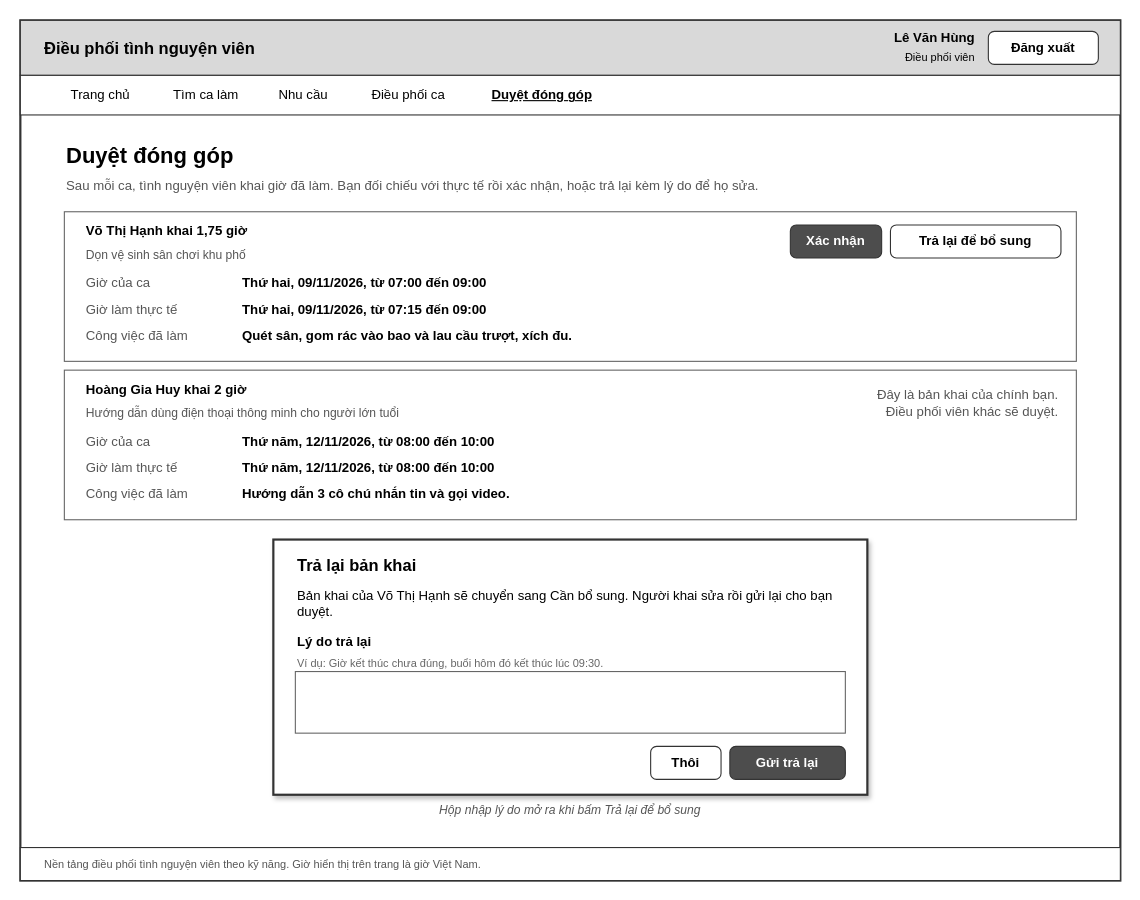
Earlier version of the draw.io diagram docs/giao_dien/drawio/M11_Duyet_dong_gop.drawio (kanishere55/OOSD_NenTangDieuPhoi_TNV). Source tidied: cells renumbered, new cells numbered last; positions are measured from the earlier drawing's top-left corner, leaving out a move shared by most shapes. Both pictures are drawn from the tidied source at 110%, with x=0, y=0 at pixel (20, 20).
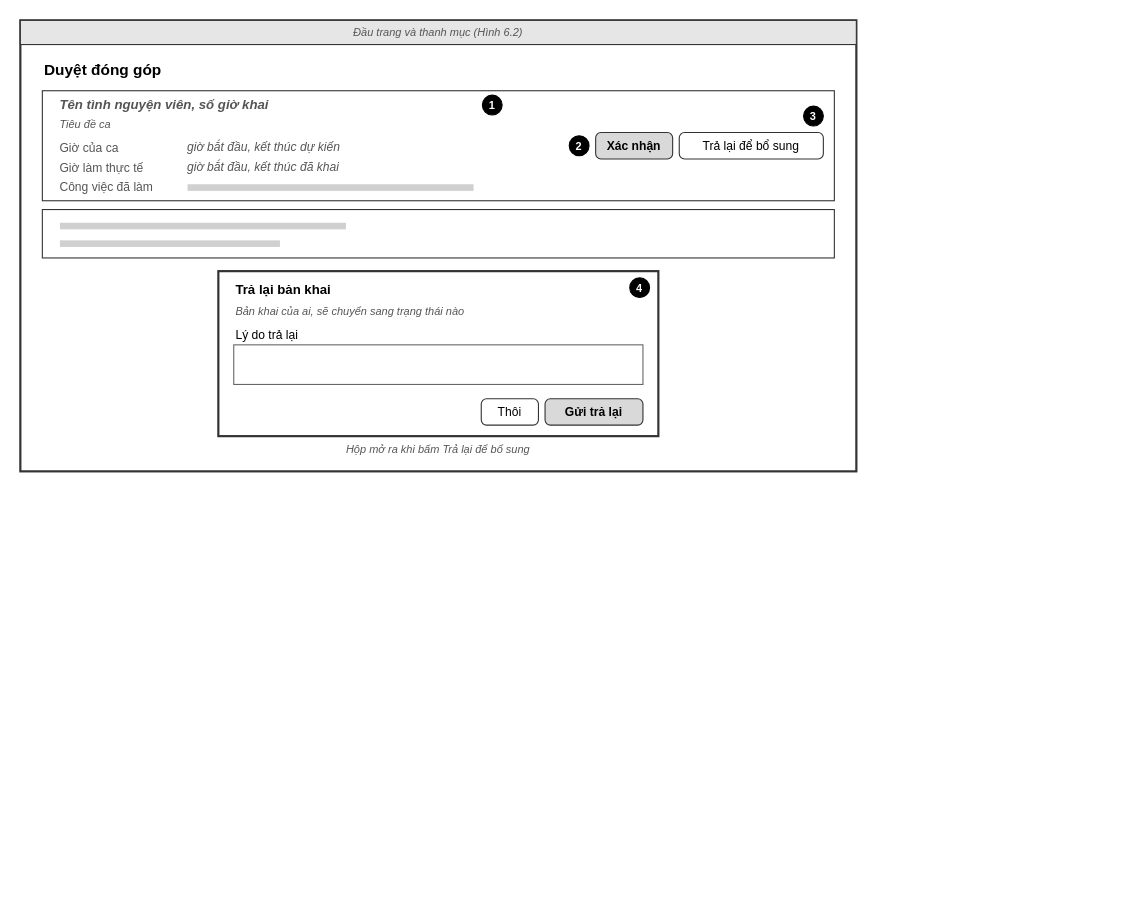
After the change.

Diff of the diagram source:
```diff
@@
     <mxCell id="2" style="rounded=0;whiteSpace=wrap;html=1;fillColor=#ffffff;strokeColor=#333333;strokeWidth=2;" parent="1" vertex="1">
-      <mxGeometry width="1000" height="782" as="geometry" />
+      <mxGeometry width="760" height="410" as="geometry" />
     </mxCell>
-    <mxCell id="3" style="rounded=0;whiteSpace=wrap;html=1;fillColor=#d9d9d9;strokeColor=#333333;" parent="1" vertex="1">
-      <mxGeometry width="1000" height="50" as="geometry" />
+    <mxCell id="3" value="Đầu trang và thanh mục (Hình 6.2)" style="rounded=0;whiteSpace=wrap;html=1;fillColor=#e6e6e6;strokeColor=#333333;fontSize=10;fontStyle=2;fontColor=#555555;" parent="1" vertex="1">
+      <mxGeometry width="760" height="22" as="geometry" />
     </mxCell>
-    <mxCell id="4" value="Điều phối tình nguyện viên" style="text;html=1;strokeColor=none;fillColor=none;align=left;verticalAlign=middle;whiteSpace=wrap;rounded=0;fontSize=15;fontStyle=1;fontColor=#000000;" parent="1" vertex="1">
-      <mxGeometry x="20" y="10" width="320" height="30" as="geometry" />
+    <mxCell id="4" value="Duyệt đóng góp" style="text;html=1;strokeColor=none;fillColor=none;align=left;verticalAlign=middle;whiteSpace=wrap;rounded=0;fontSize=14;fontStyle=1;fontColor=#000000;" parent="1" vertex="1">
+      <mxGeometry x="20" y="34" width="400" height="22" as="geometry" />
     </mxCell>
-    <mxCell id="5" value="Lê Văn Hùng" style="text;html=1;strokeColor=none;fillColor=none;align=right;verticalAlign=middle;whiteSpace=wrap;rounded=0;fontSize=12;fontStyle=1;fontColor=#000000;" parent="1" vertex="1">
-      <mxGeometry x="670" y="6" width="200" height="20" as="geometry" />
+    <mxCell id="5" style="rounded=0;arcSize=8;whiteSpace=wrap;html=1;fillColor=#ffffff;strokeColor=#333333;" parent="1" vertex="1">
+      <mxGeometry x="20" y="64" width="720" height="100" as="geometry" />
     </mxCell>
-    <mxCell id="6" value="Điều phối viên" style="text;html=1;strokeColor=none;fillColor=none;align=right;verticalAlign=middle;whiteSpace=wrap;rounded=0;fontSize=10;fontStyle=0;fontColor=#000000;" parent="1" vertex="1">
-      <mxGeometry x="670" y="24" width="200" height="18" as="geometry" />
+    <mxCell id="6" value="Tên tình nguyện viên, số giờ khai" style="text;html=1;strokeColor=none;fillColor=none;align=left;verticalAlign=middle;whiteSpace=wrap;rounded=0;fontSize=12;fontStyle=3;fontColor=#555555;" parent="1" vertex="1">
+      <mxGeometry x="34" y="68" width="300" height="18" as="geometry" />
     </mxCell>
-    <mxCell id="7" value="Đăng xuất" style="rounded=1;whiteSpace=wrap;html=1;arcSize=18;fontSize=12;fillColor=#ffffff;strokeColor=#333333;fontColor=#000000;fontStyle=1;" parent="1" vertex="1">
-      <mxGeometry x="880" y="10" width="100" height="30" as="geometry" />
+    <mxCell id="7" value="Tiêu đề ca" style="text;html=1;strokeColor=none;fillColor=none;align=left;verticalAlign=middle;whiteSpace=wrap;rounded=0;fontSize=10;fontStyle=2;fontColor=#555555;" parent="1" vertex="1">
+      <mxGeometry x="34" y="86" width="300" height="16" as="geometry" />
     </mxCell>
-    <mxCell id="8" style="rounded=0;whiteSpace=wrap;html=1;fillColor=#ffffff;strokeColor=#333333;" parent="1" vertex="1">
-      <mxGeometry y="50" width="1000" height="36" as="geometry" />
+    <mxCell id="8" value="Giờ của ca" style="text;html=1;strokeColor=none;fillColor=none;align=left;verticalAlign=middle;whiteSpace=wrap;rounded=0;fontSize=11;fontStyle=0;fontColor=#555555;" parent="1" vertex="1">
+      <mxGeometry x="34" y="106" width="110" height="19" as="geometry" />
     </mxCell>
-    <mxCell id="9" value="Trang chủ" style="text;html=1;strokeColor=none;fillColor=none;align=center;verticalAlign=middle;whiteSpace=wrap;rounded=0;fontSize=12;fontStyle=0;fontColor=#000000;" parent="1" vertex="1">
-      <mxGeometry x="30" y="56" width="86" height="24" as="geometry" />
+    <mxCell id="9" value="giờ bắt đầu, kết thúc dự kiến" style="text;html=1;strokeColor=none;fillColor=none;align=left;verticalAlign=middle;whiteSpace=wrap;rounded=0;fontSize=11;fontStyle=2;fontColor=#555555;" parent="1" vertex="1">
+      <mxGeometry x="150" y="106" width="300" height="18" as="geometry" />
     </mxCell>
-    <mxCell id="10" value="Tìm ca làm" style="text;html=1;strokeColor=none;fillColor=none;align=center;verticalAlign=middle;whiteSpace=wrap;rounded=0;fontSize=12;fontStyle=0;fontColor=#000000;" parent="1" vertex="1">
-      <mxGeometry x="122" y="56" width="94" height="24" as="geometry" />
+    <mxCell id="10" value="Giờ làm thực tế" style="text;html=1;strokeColor=none;fillColor=none;align=left;verticalAlign=middle;whiteSpace=wrap;rounded=0;fontSize=11;fontStyle=0;fontColor=#555555;" parent="1" vertex="1">
+      <mxGeometry x="34" y="124" width="110" height="19" as="geometry" />
     </mxCell>
-    <mxCell id="11" value="Nhu cầu" style="text;html=1;strokeColor=none;fillColor=none;align=center;verticalAlign=middle;whiteSpace=wrap;rounded=0;fontSize=12;fontStyle=0;fontColor=#000000;" parent="1" vertex="1">
-      <mxGeometry x="222" y="56" width="71" height="24" as="geometry" />
+    <mxCell id="11" value="giờ bắt đầu, kết thúc đã khai" style="text;html=1;strokeColor=none;fillColor=none;align=left;verticalAlign=middle;whiteSpace=wrap;rounded=0;fontSize=11;fontStyle=2;fontColor=#555555;" parent="1" vertex="1">
+      <mxGeometry x="150" y="124" width="300" height="18" as="geometry" />
     </mxCell>
-    <mxCell id="12" value="Điều phối ca" style="text;html=1;strokeColor=none;fillColor=none;align=center;verticalAlign=middle;whiteSpace=wrap;rounded=0;fontSize=12;fontStyle=0;fontColor=#000000;" parent="1" vertex="1">
-      <mxGeometry x="299" y="56" width="108" height="24" as="geometry" />
+    <mxCell id="12" value="Công việc đã làm" style="text;html=1;strokeColor=none;fillColor=none;align=left;verticalAlign=middle;whiteSpace=wrap;rounded=0;fontSize=11;fontStyle=0;fontColor=#555555;" parent="1" vertex="1">
+      <mxGeometry x="34" y="142" width="110" height="19" as="geometry" />
     </mxCell>
-    <mxCell id="13" value="Duyệt đóng góp" style="text;html=1;strokeColor=none;fillColor=none;align=center;verticalAlign=middle;whiteSpace=wrap;rounded=0;fontSize=12;fontStyle=5;fontColor=#000000;" parent="1" vertex="1">
-      <mxGeometry x="413" y="56" width="123" height="24" as="geometry" />
+    <mxCell id="13" style="rounded=0;whiteSpace=wrap;html=1;fillColor=#d0d0d0;strokeColor=none;" parent="1" vertex="1">
+      <mxGeometry x="152" y="149" width="260" height="6" as="geometry" />
     </mxCell>
-    <mxCell id="14" value="Duyệt đóng góp" style="text;html=1;strokeColor=none;fillColor=none;align=left;verticalAlign=middle;whiteSpace=wrap;rounded=0;fontSize=20;fontStyle=1;fontColor=#000000;" parent="1" vertex="1">
-      <mxGeometry x="40" y="106" width="900" height="32" as="geometry" />
+    <mxCell id="14" value="1" style="ellipse;whiteSpace=wrap;html=1;fillColor=#000000;strokeColor=#000000;fontColor=#ffffff;fontSize=10;fontStyle=1;" parent="1" vertex="1">
+      <mxGeometry x="420" y="68" width="18" height="18" as="geometry" />
     </mxCell>
-    <mxCell id="15" value="Sau mỗi ca, tình nguyện viên khai giờ đã làm. Bạn đối chiếu với thực tế rồi xác nhận, hoặc trả lại kèm lý do để họ sửa." style="text;html=1;strokeColor=none;fillColor=none;align=left;verticalAlign=middle;whiteSpace=wrap;rounded=0;fontSize=12;fontStyle=0;fontColor=#555555;" parent="1" vertex="1">
-      <mxGeometry x="40" y="140" width="760" height="22" as="geometry" />
+    <mxCell id="15" value="Trả lại để bổ sung" style="rounded=1;arcSize=20;whiteSpace=wrap;html=1;fontSize=11;strokeColor=#333333;fillColor=#ffffff;" parent="1" vertex="1">
+      <mxGeometry x="599" y="102" width="131" height="24" as="geometry" />
     </mxCell>
-    <mxCell id="16" style="rounded=0;whiteSpace=wrap;html=1;fillColor=#ffffff;strokeColor=#666666;" parent="1" vertex="1">
-      <mxGeometry x="40" y="174" width="920" height="136" as="geometry" />
+    <mxCell id="16" value="Xác nhận" style="rounded=1;arcSize=20;whiteSpace=wrap;html=1;fontSize=11;strokeColor=#333333;fillColor=#d9d9d9;fontStyle=1;" parent="1" vertex="1">
+      <mxGeometry x="523" y="102" width="70" height="24" as="geometry" />
     </mxCell>
-    <mxCell id="17" value="Võ Thị Hạnh khai 1,75 giờ" style="text;html=1;strokeColor=none;fillColor=none;align=left;verticalAlign=middle;whiteSpace=wrap;rounded=0;fontSize=12;fontStyle=1;fontColor=#000000;" parent="1" vertex="1">
-      <mxGeometry x="58" y="182" width="560" height="20" as="geometry" />
+    <mxCell id="17" value="2" style="ellipse;whiteSpace=wrap;html=1;fillColor=#000000;strokeColor=#000000;fontColor=#ffffff;fontSize=10;fontStyle=1;" parent="1" vertex="1">
+      <mxGeometry x="499" y="105" width="18" height="18" as="geometry" />
     </mxCell>
-    <mxCell id="18" value="Dọn vệ sinh sân chơi khu phố" style="text;html=1;strokeColor=none;fillColor=none;align=left;verticalAlign=middle;whiteSpace=wrap;rounded=0;fontSize=11;fontStyle=0;fontColor=#555555;" parent="1" vertex="1">
-      <mxGeometry x="58" y="204" width="560" height="18" as="geometry" />
+    <mxCell id="18" value="3" style="ellipse;whiteSpace=wrap;html=1;fillColor=#000000;strokeColor=#000000;fontColor=#ffffff;fontSize=10;fontStyle=1;" parent="1" vertex="1">
+      <mxGeometry x="712" y="78" width="18" height="18" as="geometry" />
     </mxCell>
-    <mxCell id="19" value="Giờ của ca" style="text;html=1;strokeColor=none;fillColor=none;align=left;verticalAlign=middle;whiteSpace=wrap;rounded=0;fontSize=12;fontStyle=0;fontColor=#555555;" parent="1" vertex="1">
-      <mxGeometry x="58" y="228" width="140" height="22" as="geometry" />
+    <mxCell id="19" style="rounded=0;arcSize=8;whiteSpace=wrap;html=1;fillColor=#ffffff;strokeColor=#333333;" parent="1" vertex="1">
+      <mxGeometry x="20" y="172" width="720" height="44" as="geometry" />
     </mxCell>
-    <mxCell id="20" value="Thứ hai, 09/11/2026, từ 07:00 đến 09:00" style="text;html=1;strokeColor=none;fillColor=none;align=left;verticalAlign=middle;whiteSpace=wrap;rounded=0;fontSize=12;fontStyle=1;fontColor=#000000;" parent="1" vertex="1">
-      <mxGeometry x="200" y="228" width="520" height="22" as="geometry" />
+    <mxCell id="20" style="rounded=0;whiteSpace=wrap;html=1;fillColor=#d0d0d0;strokeColor=none;" parent="1" vertex="1">
+      <mxGeometry x="36" y="184" width="260" height="6" as="geometry" />
     </mxCell>
-    <mxCell id="21" value="Giờ làm thực tế" style="text;html=1;strokeColor=none;fillColor=none;align=left;verticalAlign=middle;whiteSpace=wrap;rounded=0;fontSize=12;fontStyle=0;fontColor=#555555;" parent="1" vertex="1">
-      <mxGeometry x="58" y="252" width="140" height="22" as="geometry" />
+    <mxCell id="21" style="rounded=0;whiteSpace=wrap;html=1;fillColor=#d0d0d0;strokeColor=none;" parent="1" vertex="1">
+      <mxGeometry x="36" y="200" width="200" height="6" as="geometry" />
     </mxCell>
-    <mxCell id="22" value="Thứ hai, 09/11/2026, từ 07:15 đến 09:00" style="text;html=1;strokeColor=none;fillColor=none;align=left;verticalAlign=middle;whiteSpace=wrap;rounded=0;fontSize=12;fontStyle=1;fontColor=#000000;" parent="1" vertex="1">
-      <mxGeometry x="200" y="252" width="520" height="22" as="geometry" />
+    <mxCell id="22" style="rounded=0;arcSize=8;whiteSpace=wrap;html=1;fillColor=#ffffff;strokeColor=#333333;strokeWidth=2;" parent="1" vertex="1">
+      <mxGeometry x="180" y="228" width="400" height="150" as="geometry" />
     </mxCell>
-    <mxCell id="23" value="Công việc đã làm" style="text;html=1;strokeColor=none;fillColor=none;align=left;verticalAlign=middle;whiteSpace=wrap;rounded=0;fontSize=12;fontStyle=0;fontColor=#555555;" parent="1" vertex="1">
-      <mxGeometry x="58" y="276" width="140" height="22" as="geometry" />
+    <mxCell id="23" value="Trả lại bản khai" style="text;html=1;strokeColor=none;fillColor=none;align=left;verticalAlign=middle;whiteSpace=wrap;rounded=0;fontSize=12;fontStyle=1;fontColor=#000000;" parent="1" vertex="1">
+      <mxGeometry x="194" y="234" width="300" height="21" as="geometry" />
     </mxCell>
-    <mxCell id="24" value="Quét sân, gom rác vào bao và lau cầu trượt, xích đu." style="text;html=1;strokeColor=none;fillColor=none;align=left;verticalAlign=middle;whiteSpace=wrap;rounded=0;fontSize=12;fontStyle=1;fontColor=#000000;" parent="1" vertex="1">
-      <mxGeometry x="200" y="276" width="520" height="22" as="geometry" />
+    <mxCell id="24" value="4" style="ellipse;whiteSpace=wrap;html=1;fillColor=#000000;strokeColor=#000000;fontColor=#ffffff;fontSize=10;fontStyle=1;" parent="1" vertex="1">
+      <mxGeometry x="554" y="234" width="18" height="18" as="geometry" />
     </mxCell>
-    <mxCell id="25" value="Trả lại để bổ sung" style="rounded=1;whiteSpace=wrap;html=1;arcSize=18;fontSize=12;fillColor=#ffffff;strokeColor=#333333;fontColor=#000000;fontStyle=1;" parent="1" vertex="1">
-      <mxGeometry x="791" y="186" width="155" height="30" as="geometry" />
+    <mxCell id="25" value="Bản khai của ai, sẽ chuyển sang trạng thái nào" style="text;html=1;strokeColor=none;fillColor=none;align=left;verticalAlign=middle;whiteSpace=wrap;rounded=0;fontSize=10;fontStyle=2;fontColor=#555555;" parent="1" vertex="1">
+      <mxGeometry x="194" y="256" width="370" height="16" as="geometry" />
     </mxCell>
-    <mxCell id="26" value="Xác nhận" style="rounded=1;whiteSpace=wrap;html=1;arcSize=18;fontSize=12;fillColor=#4d4d4d;strokeColor=#333333;fontColor=#ffffff;fontStyle=1;" parent="1" vertex="1">
-      <mxGeometry x="700" y="186" width="83" height="30" as="geometry" />
+    <mxCell id="26" value="Lý do trả lại" style="text;html=1;strokeColor=none;fillColor=none;align=left;verticalAlign=middle;whiteSpace=wrap;rounded=0;fontSize=11;fontStyle=0;fontColor=#000000;" parent="1" vertex="1">
+      <mxGeometry x="194" y="278" width="372" height="16" as="geometry" />
     </mxCell>
-    <mxCell id="27" style="rounded=0;whiteSpace=wrap;html=1;fillColor=#ffffff;strokeColor=#666666;" parent="1" vertex="1">
-      <mxGeometry x="40" y="318" width="920" height="136" as="geometry" />
+    <mxCell id="27" style="rounded=0;whiteSpace=wrap;html=1;align=left;spacingLeft=6;fontSize=10;fontStyle=2;fontColor=#777777;fillColor=#ffffff;strokeColor=#666666;verticalAlign=top;spacingTop=4;" parent="1" vertex="1">
+      <mxGeometry x="194" y="295" width="372" height="36" as="geometry" />
     </mxCell>
-    <mxCell id="28" value="Hoàng Gia Huy khai 2 giờ" style="text;html=1;strokeColor=none;fillColor=none;align=left;verticalAlign=middle;whiteSpace=wrap;rounded=0;fontSize=12;fontStyle=1;fontColor=#000000;" parent="1" vertex="1">
-      <mxGeometry x="58" y="326" width="560" height="20" as="geometry" />
+    <mxCell id="28" value="Gửi trả lại" style="rounded=1;arcSize=20;whiteSpace=wrap;html=1;fontSize=11;strokeColor=#333333;fillColor=#d9d9d9;fontStyle=1;" parent="1" vertex="1">
+      <mxGeometry x="477" y="344" width="89" height="24" as="geometry" />
     </mxCell>
-    <mxCell id="29" value="Hướng dẫn dùng điện thoại thông minh cho người lớn tuổi" style="text;html=1;strokeColor=none;fillColor=none;align=left;verticalAlign=middle;whiteSpace=wrap;rounded=0;fontSize=11;fontStyle=0;fontColor=#555555;" parent="1" vertex="1">
-      <mxGeometry x="58" y="348" width="560" height="18" as="geometry" />
+    <mxCell id="29" value="Thôi" style="rounded=1;arcSize=20;whiteSpace=wrap;html=1;fontSize=11;strokeColor=#333333;fillColor=#ffffff;" parent="1" vertex="1">
+      <mxGeometry x="419" y="344" width="52" height="24" as="geometry" />
     </mxCell>
-    <mxCell id="30" value="Giờ của ca" style="text;html=1;strokeColor=none;fillColor=none;align=left;verticalAlign=middle;whiteSpace=wrap;rounded=0;fontSize=12;fontStyle=0;fontColor=#555555;" parent="1" vertex="1">
-      <mxGeometry x="58" y="372" width="140" height="22" as="geometry" />
+    <mxCell id="30" value="Hộp mở ra khi bấm Trả lại để bổ sung" style="text;html=1;strokeColor=none;fillColor=none;align=center;verticalAlign=middle;whiteSpace=wrap;rounded=0;fontSize=10;fontStyle=2;fontColor=#555555;" parent="1" vertex="1">
+      <mxGeometry x="180" y="382" width="400" height="16" as="geometry" />
     </mxCell>
-    <mxCell id="31" value="Thứ năm, 12/11/2026, từ 08:00 đến 10:00" style="text;html=1;strokeColor=none;fillColor=none;align=left;verticalAlign=middle;whiteSpace=wrap;rounded=0;fontSize=12;fontStyle=1;fontColor=#000000;" parent="1" vertex="1">
-      <mxGeometry x="200" y="372" width="520" height="22" as="geometry" />
-    </mxCell>
-    <mxCell id="32" value="Giờ làm thực tế" style="text;html=1;strokeColor=none;fillColor=none;align=left;verticalAlign=middle;whiteSpace=wrap;rounded=0;fontSize=12;fontStyle=0;fontColor=#555555;" parent="1" vertex="1">
-      <mxGeometry x="58" y="396" width="140" height="22" as="geometry" />
-    </mxCell>
-    <mxCell id="33" value="Thứ năm, 12/11/2026, từ 08:00 đến 10:00" style="text;html=1;strokeColor=none;fillColor=none;align=left;verticalAlign=middle;whiteSpace=wrap;rounded=0;fontSize=12;fontStyle=1;fontColor=#000000;" parent="1" vertex="1">
-      <mxGeometry x="200" y="396" width="520" height="22" as="geometry" />
-    </mxCell>
-    <mxCell id="34" value="Công việc đã làm" style="text;html=1;strokeColor=none;fillColor=none;align=left;verticalAlign=middle;whiteSpace=wrap;rounded=0;fontSize=12;fontStyle=0;fontColor=#555555;" parent="1" vertex="1">
-      <mxGeometry x="58" y="420" width="140" height="22" as="geometry" />
-    </mxCell>
-    <mxCell id="35" value="Hướng dẫn 3 cô chú nhắn tin và gọi video." style="text;html=1;strokeColor=none;fillColor=none;align=left;verticalAlign=middle;whiteSpace=wrap;rounded=0;fontSize=12;fontStyle=1;fontColor=#000000;" parent="1" vertex="1">
-      <mxGeometry x="200" y="420" width="520" height="22" as="geometry" />
-    </mxCell>
-    <mxCell id="36" value="Đây là bản khai của chính bạn.&lt;br&gt;Điều phối viên khác sẽ duyệt." style="text;html=1;strokeColor=none;fillColor=none;align=right;verticalAlign=middle;whiteSpace=wrap;rounded=0;fontSize=12;fontStyle=0;fontColor=#555555;" parent="1" vertex="1">
-      <mxGeometry x="700" y="328" width="246" height="40" as="geometry" />
-    </mxCell>
-    <mxCell id="37" style="rounded=0;whiteSpace=wrap;html=1;fillColor=#ffffff;strokeColor=#333333;strokeWidth=2;shadow=1;" parent="1" vertex="1">
-      <mxGeometry x="230" y="472" width="540" height="232" as="geometry" />
-    </mxCell>
-    <mxCell id="38" value="Trả lại bản khai" style="text;html=1;strokeColor=none;fillColor=none;align=left;verticalAlign=middle;whiteSpace=wrap;rounded=0;fontSize=15;fontStyle=1;fontColor=#000000;" parent="1" vertex="1">
-      <mxGeometry x="250" y="482" width="500" height="26" as="geometry" />
-    </mxCell>
-    <mxCell id="39" value="Bản khai của Võ Thị Hạnh sẽ chuyển sang Cần bổ sung. Người khai sửa rồi gửi lại cho bạn duyệt." style="text;html=1;strokeColor=none;fillColor=none;align=left;verticalAlign=middle;whiteSpace=wrap;rounded=0;fontSize=12;fontStyle=0;fontColor=#000000;" parent="1" vertex="1">
-      <mxGeometry x="250" y="512" width="500" height="36" as="geometry" />
-    </mxCell>
-    <mxCell id="40" value="Lý do trả lại" style="text;html=1;strokeColor=none;fillColor=none;align=left;verticalAlign=middle;whiteSpace=wrap;rounded=0;fontSize=12;fontStyle=1;fontColor=#000000;" parent="1" vertex="1">
-      <mxGeometry x="250" y="554" width="500" height="22" as="geometry" />
-    </mxCell>
-    <mxCell id="41" value="Ví dụ: Giờ kết thúc chưa đúng, buổi hôm đó kết thúc lúc 09:30." style="text;html=1;strokeColor=none;fillColor=none;align=left;verticalAlign=middle;whiteSpace=wrap;rounded=0;fontSize=10;fontStyle=0;fontColor=#666666;" parent="1" vertex="1">
-      <mxGeometry x="250" y="574" width="500" height="20" as="geometry" />
-    </mxCell>
-    <mxCell id="42" style="rounded=0;whiteSpace=wrap;html=1;align=left;spacingLeft=8;fontSize=12;fillColor=#ffffff;strokeColor=#666666;fontColor=#333333;verticalAlign=top;spacingTop=6;" parent="1" vertex="1">
-      <mxGeometry x="250" y="592" width="500" height="56" as="geometry" />
-    </mxCell>
-    <mxCell id="43" value="Gửi trả lại" style="rounded=1;whiteSpace=wrap;html=1;arcSize=18;fontSize=12;fillColor=#4d4d4d;strokeColor=#333333;fontColor=#ffffff;fontStyle=1;" parent="1" vertex="1">
-      <mxGeometry x="645" y="660" width="105" height="30" as="geometry" />
-    </mxCell>
-    <mxCell id="44" value="Thôi" style="rounded=1;whiteSpace=wrap;html=1;arcSize=18;fontSize=12;fillColor=#ffffff;strokeColor=#333333;fontColor=#000000;fontStyle=1;" parent="1" vertex="1">
-      <mxGeometry x="573" y="660" width="64" height="30" as="geometry" />
-    </mxCell>
-    <mxCell id="45" value="Hộp nhập lý do mở ra khi bấm Trả lại để bổ sung" style="text;html=1;strokeColor=none;fillColor=none;align=center;verticalAlign=middle;whiteSpace=wrap;rounded=0;fontSize=11;fontStyle=2;fontColor=#555555;" parent="1" vertex="1">
-      <mxGeometry x="40" y="708" width="920" height="20" as="geometry" />
-    </mxCell>
-    <mxCell id="46" style="rounded=0;whiteSpace=wrap;html=1;fillColor=#ffffff;strokeColor=#333333;" parent="1" vertex="1">
-      <mxGeometry y="752" width="1000" height="30" as="geometry" />
-    </mxCell>
-    <mxCell id="47" value="Nền tảng điều phối tình nguyện viên theo kỹ năng. Giờ hiển thị trên trang là giờ Việt Nam." style="text;html=1;strokeColor=none;fillColor=none;align=left;verticalAlign=middle;whiteSpace=wrap;rounded=0;fontSize=10;fontStyle=0;fontColor=#555555;" parent="1" vertex="1">
-      <mxGeometry x="20" y="756" width="700" height="22" as="geometry" />
-    </mxCell>
```
